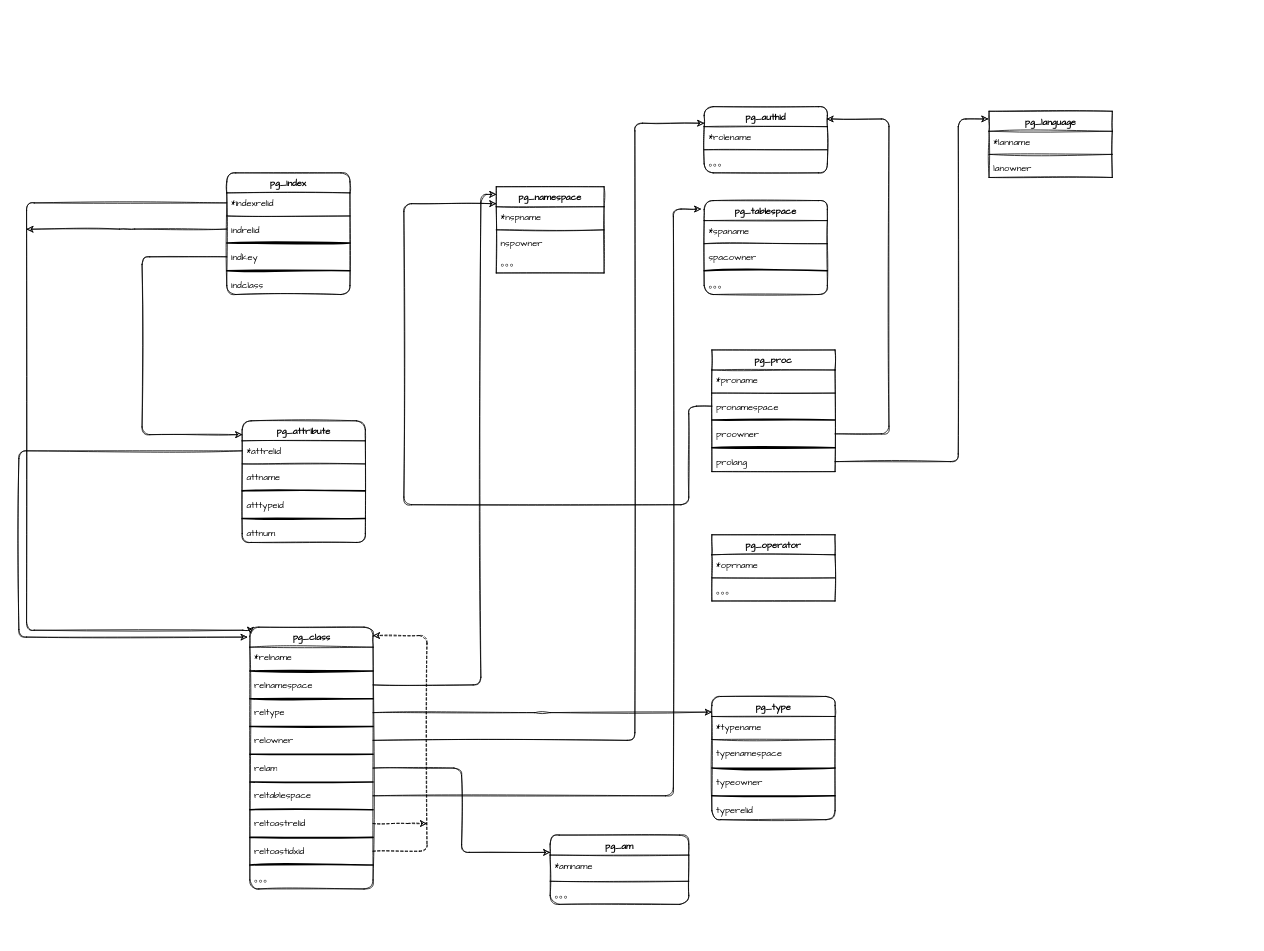
Before: Untitled Diagram.drawio in nullemp/algorithm-visualizer, a draw.io diagram. Source tidied: cells renumbered, new cells numbered last; positions are measured from the earlier drawing's top-left corner, leaving out a move shared by most shapes. Both pictures are drawn from the tidied source at 77%, with x=0, y=0 at pixel (18, 106).
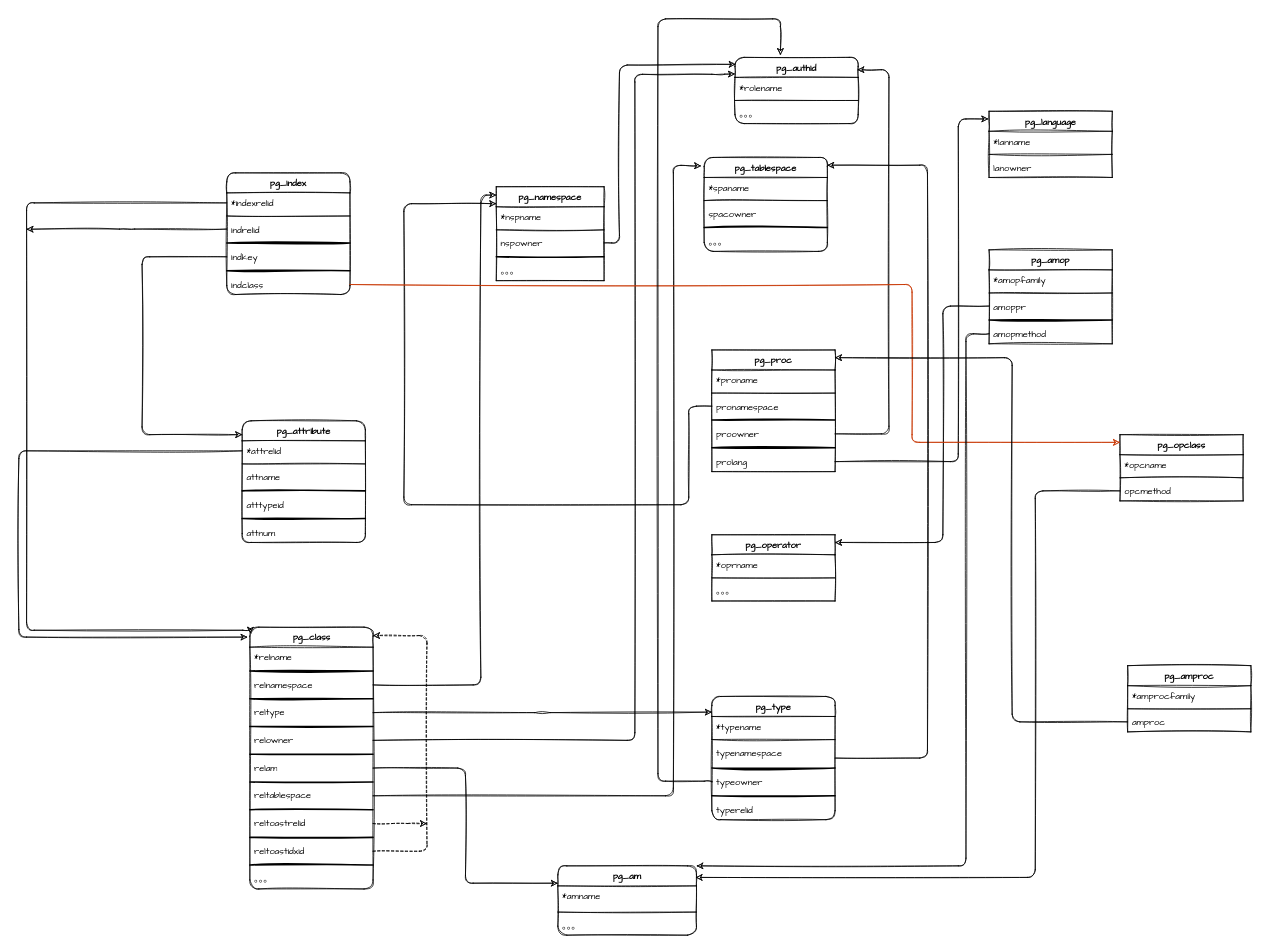
Above is the later version.

Unchanged cells that the change refers to:
```xml
<mxCell id="9" value="relowner" style="text;html=1;strokeColor=none;fillColor=none;align=left;verticalAlign=top;spacingLeft=4;spacingRight=4;whiteSpace=wrap;overflow=hidden;points=[[0,0.5],[1,0.5]];portConstraint=eastwest;sketch=1;rounded=1;fontFamily=Comic Sans MS;" parent="2" vertex="1">
  <mxGeometry y="134" width="160" height="26" as="geometry" />
</mxCell>
<mxCell id="13" value="reltablespace" style="text;html=1;strokeColor=none;fillColor=none;align=left;verticalAlign=top;spacingLeft=4;spacingRight=4;whiteSpace=wrap;overflow=hidden;points=[[0,0.5],[1,0.5]];portConstraint=eastwest;sketch=1;rounded=1;fontFamily=Comic Sans MS;" parent="2" vertex="1">
  <mxGeometry y="206" width="160" height="26" as="geometry" />
</mxCell>
<mxCell id="25" value="nspowner&#10;" style="text;strokeColor=none;fillColor=none;align=left;verticalAlign=top;spacingLeft=4;spacingRight=4;overflow=hidden;points=[[0,0.5],[1,0.5]];portConstraint=eastwest;rounded=1;sketch=1;fontFamily=Comic Sans MS;" parent="22" vertex="1">
  <mxGeometry y="60" width="140" height="26" as="geometry" />
</mxCell>
<mxCell id="30" value="typenamespace" style="text;strokeColor=none;fillColor=none;align=left;verticalAlign=top;spacingLeft=4;spacingRight=4;overflow=hidden;points=[[0,0.5],[1,0.5]];portConstraint=eastwest;rounded=1;sketch=1;fontFamily=Comic Sans MS;" parent="27" vertex="1">
  <mxGeometry y="60" width="160" height="28" as="geometry" />
</mxCell>
<mxCell id="32" value="typeowner" style="text;strokeColor=none;fillColor=none;align=left;verticalAlign=top;spacingLeft=4;spacingRight=4;overflow=hidden;points=[[0,0.5],[1,0.5]];portConstraint=eastwest;rounded=1;sketch=1;fontFamily=Comic Sans MS;" parent="27" vertex="1">
  <mxGeometry y="98" width="160" height="26" as="geometry" />
</mxCell>
<mxCell id="69" value="indclass" style="text;strokeColor=none;fillColor=none;align=left;verticalAlign=top;spacingLeft=4;spacingRight=4;overflow=hidden;points=[[0,0.5],[1,0.5]];portConstraint=eastwest;rounded=1;sketch=1;fontFamily=Comic Sans MS;" parent="62" vertex="1">
  <mxGeometry y="132" width="160" height="26" as="geometry" />
</mxCell>
<mxCell id="74" value="pg_proc" style="swimlane;fontStyle=1;align=center;verticalAlign=top;horizontal=1;startSize=26;rounded=0;shadow=0;glass=0;sketch=1;fontFamily=Comic Sans MS;fontSize=12;" parent="1" vertex="1">
  <mxGeometry x="900" y="316" width="160" height="158" as="geometry" />
</mxCell>
<mxCell id="79" value="proowner" style="text;strokeColor=none;fillColor=none;align=left;verticalAlign=top;spacingLeft=4;spacingRight=4;overflow=hidden;points=[[0,0.5],[1,0.5]];portConstraint=eastwest;rounded=0;shadow=0;glass=0;sketch=1;fontFamily=Comic Sans MS;fontSize=12;" parent="74" vertex="1">
  <mxGeometry y="96" width="160" height="26" as="geometry" />
</mxCell>
<mxCell id="83" value="pg_operator" style="swimlane;fontStyle=1;align=center;verticalAlign=top;horizontal=1;startSize=26;rounded=0;shadow=0;glass=0;sketch=1;fontFamily=Comic Sans MS;fontSize=12;" parent="1" vertex="1">
  <mxGeometry x="900" y="556" width="160" height="86" as="geometry" />
</mxCell>
```

Change to the diagram source:
```diff
@@
     <mxCell id="22" value="pg_namespace" style="swimlane;fontStyle=1;align=center;verticalAlign=top;horizontal=1;startSize=26;rounded=0;sketch=1;fontFamily=Comic Sans MS;shadow=0;glass=0;" parent="1" vertex="1">
-      <mxGeometry x="620" y="104" width="140" height="112" as="geometry" />
+      <mxGeometry x="620" y="104" width="140" height="122" as="geometry" />
     </mxCell>
@@
+    <mxCell id="93" style="line;strokeWidth=2;html=1;rounded=0;shadow=0;glass=0;sketch=1;fontFamily=Comic Sans MS;fontSize=12;" parent="22" vertex="1">
+      <mxGeometry y="86" width="140" height="10" as="geometry" />
+    </mxCell>
     <mxCell id="26" value="。。。" style="text;strokeColor=none;fillColor=none;align=left;verticalAlign=top;spacingLeft=4;spacingRight=4;overflow=hidden;rounded=1;sketch=1;fontFamily=Comic Sans MS;" parent="22" vertex="1">
-      <mxGeometry y="86" width="140" height="26" as="geometry" />
+      <mxGeometry y="96" width="140" height="26" as="geometry" />
     </mxCell>
@@
     <mxCell id="35" value="pg_authid" style="swimlane;fontStyle=1;align=center;verticalAlign=top;horizontal=1;startSize=26;rounded=1;sketch=1;fontFamily=Comic Sans MS;" parent="1" vertex="1">
-      <mxGeometry x="890" width="160" height="86" as="geometry" />
+      <mxGeometry x="930" y="-64" width="160" height="86" as="geometry" />
     </mxCell>
@@
     <mxCell id="39" style="edgeStyle=segmentEdgeStyle;endArrow=classic;html=1;rounded=1;sketch=1;exitX=1;exitY=0.5;exitDx=0;exitDy=0;entryX=0;entryY=0.25;entryDx=0;entryDy=0;" parent="1" edge="1" source="9" target="35">
       <mxGeometry relative="1" as="geometry">
         <Array as="points">
           <mxPoint x="800" y="823" />
-          <mxPoint x="800" y="22" />
+          <mxPoint x="800" y="-42" />
+          <mxPoint x="910" y="-42" />
         </Array>
       </mxGeometry>
     </mxCell>
     <mxCell id="40" value="pg_am" style="swimlane;fontStyle=1;align=center;verticalAlign=top;horizontal=1;startSize=26;rounded=1;sketch=1;fontFamily=Comic Sans MS;" parent="1" vertex="1">
-      <mxGeometry x="690" y="946" width="180" height="90" as="geometry" />
+      <mxGeometry x="700" y="986" width="180" height="90" as="geometry" />
     </mxCell>
@@
     <mxCell id="46" value="pg_tablespace" style="swimlane;fontStyle=1;align=center;verticalAlign=top;horizontal=1;startSize=26;rounded=1;sketch=1;fontFamily=Comic Sans MS;" parent="1" vertex="1">
-      <mxGeometry x="890" y="122" width="160" height="122" as="geometry" />
+      <mxGeometry x="890" y="66" width="160" height="122" as="geometry" />
     </mxCell>
@@
     <mxCell id="52" style="edgeStyle=segmentEdgeStyle;endArrow=classic;html=1;rounded=1;sketch=1;fontFamily=Comic Sans MS;exitX=1;exitY=0.5;exitDx=0;exitDy=0;entryX=-0.025;entryY=0.09;entryDx=0;entryDy=0;entryPerimeter=0;" parent="1" edge="1" source="13" target="46">
       <mxGeometry relative="1" as="geometry">
         <Array as="points">
           <mxPoint x="850" y="895" />
-          <mxPoint x="850" y="133" />
+          <mxPoint x="850" y="76" />
         </Array>
       </mxGeometry>
     </mxCell>
@@
+    <mxCell id="87" value="pg_language" style="swimlane;fontStyle=1;align=center;verticalAlign=top;horizontal=1;startSize=26;rounded=0;shadow=0;glass=0;sketch=1;fontFamily=Comic Sans MS;fontSize=12;" parent="1" vertex="1">
+      <mxGeometry x="1260" y="6" width="160" height="86" as="geometry" />
+    </mxCell>
+    <mxCell id="88" value="*lanname" style="text;strokeColor=none;fillColor=none;align=left;verticalAlign=top;spacingLeft=4;spacingRight=4;overflow=hidden;rounded=0;shadow=0;glass=0;sketch=1;fontFamily=Comic Sans MS;fontSize=12;" parent="87" vertex="1">
+      <mxGeometry y="26" width="160" height="26" as="geometry" />
+    </mxCell>
+    <mxCell id="89" style="line;strokeWidth=1;fillColor=none;align=left;verticalAlign=middle;spacingTop=-1;spacingLeft=3;spacingRight=3;labelPosition=right;rounded=0;shadow=0;glass=0;sketch=1;fontFamily=Comic Sans MS;fontSize=12;" parent="87" vertex="1">
+      <mxGeometry y="52" width="160" height="8" as="geometry" />
+    </mxCell>
+    <mxCell id="90" value="lanowner" style="text;strokeColor=none;fillColor=none;align=left;verticalAlign=top;spacingLeft=4;spacingRight=4;overflow=hidden;rounded=0;shadow=0;glass=0;sketch=1;fontFamily=Comic Sans MS;fontSize=12;" parent="87" vertex="1">
+      <mxGeometry y="60" width="160" height="26" as="geometry" />
+    </mxCell>
@@
-    <mxCell id="87" value="pg_language" style="swimlane;fontStyle=1;align=center;verticalAlign=top;horizontal=1;startSize=26;rounded=0;shadow=0;glass=0;sketch=1;fontFamily=Comic Sans MS;fontSize=12;" parent="1" vertex="1">
-      <mxGeometry x="1260" y="6" width="160" height="86" as="geometry" />
-    </mxCell>
-    <mxCell id="88" value="*lanname" style="text;strokeColor=none;fillColor=none;align=left;verticalAlign=top;spacingLeft=4;spacingRight=4;overflow=hidden;rounded=0;shadow=0;glass=0;sketch=1;fontFamily=Comic Sans MS;fontSize=12;" parent="87" vertex="1">
-      <mxGeometry y="26" width="160" height="26" as="geometry" />
-    </mxCell>
-    <mxCell id="89" style="line;strokeWidth=1;fillColor=none;align=left;verticalAlign=middle;spacingTop=-1;spacingLeft=3;spacingRight=3;labelPosition=right;rounded=0;shadow=0;glass=0;sketch=1;fontFamily=Comic Sans MS;fontSize=12;" parent="87" vertex="1">
-      <mxGeometry y="52" width="160" height="8" as="geometry" />
-    </mxCell>
-    <mxCell id="90" value="lanowner" style="text;strokeColor=none;fillColor=none;align=left;verticalAlign=top;spacingLeft=4;spacingRight=4;overflow=hidden;rounded=0;shadow=0;glass=0;sketch=1;fontFamily=Comic Sans MS;fontSize=12;" parent="87" vertex="1">
-      <mxGeometry y="60" width="160" height="26" as="geometry" />
-    </mxCell>
@@
     <mxCell id="92" style="edgeStyle=segmentEdgeStyle;endArrow=classic;html=1;rounded=1;sketch=1;fontFamily=Comic Sans MS;fontSize=12;exitX=1;exitY=0.5;exitDx=0;exitDy=0;entryX=0.994;entryY=0.186;entryDx=0;entryDy=0;entryPerimeter=0;" parent="1" edge="1" source="79" target="35">
       <mxGeometry relative="1" as="geometry">
         <Array as="points">
           <mxPoint x="1130" y="425" />
-          <mxPoint x="1130" y="16" />
+          <mxPoint x="1130" y="-48" />
         </Array>
       </mxGeometry>
     </mxCell>
+    <mxCell id="94" value="pg_amop" style="swimlane;fontStyle=1;align=center;verticalAlign=top;horizontal=1;startSize=26;rounded=0;shadow=0;glass=0;sketch=1;fontFamily=Comic Sans MS;fontSize=12;" parent="1" vertex="1">
+      <mxGeometry x="1260" y="186" width="160" height="122" as="geometry" />
+    </mxCell>
+    <mxCell id="95" value="*amopfamily" style="text;strokeColor=none;fillColor=none;align=left;verticalAlign=top;spacingLeft=4;spacingRight=4;overflow=hidden;rounded=0;shadow=0;glass=0;sketch=1;fontFamily=Comic Sans MS;fontSize=12;" parent="94" vertex="1">
+      <mxGeometry y="26" width="160" height="26" as="geometry" />
+    </mxCell>
+    <mxCell id="96" style="line;strokeWidth=1;fillColor=none;align=left;verticalAlign=middle;spacingTop=-1;spacingLeft=3;spacingRight=3;labelPosition=right;rounded=0;shadow=0;glass=0;sketch=1;fontFamily=Comic Sans MS;fontSize=12;" parent="94" vertex="1">
+      <mxGeometry y="52" width="160" height="8" as="geometry" />
+    </mxCell>
+    <mxCell id="97" value="amoppr" style="text;strokeColor=none;fillColor=none;align=left;verticalAlign=top;spacingLeft=4;spacingRight=4;overflow=hidden;points=[[0,0.5],[1,0.5]];portConstraint=eastwest;rounded=0;shadow=0;glass=0;sketch=1;fontFamily=Comic Sans MS;fontSize=12;" parent="94" vertex="1">
+      <mxGeometry y="60" width="160" height="26" as="geometry" />
+    </mxCell>
+    <mxCell id="98" style="line;strokeWidth=2;html=1;rounded=0;shadow=0;glass=0;sketch=1;fontFamily=Comic Sans MS;fontSize=12;" parent="94" vertex="1">
+      <mxGeometry y="86" width="160" height="10" as="geometry" />
+    </mxCell>
+    <mxCell id="99" value="amopmethod" style="text;strokeColor=none;fillColor=none;align=left;verticalAlign=top;spacingLeft=4;spacingRight=4;overflow=hidden;points=[[0,0.5],[1,0.5]];portConstraint=eastwest;rounded=0;shadow=0;glass=0;sketch=1;fontFamily=Comic Sans MS;fontSize=12;" parent="94" vertex="1">
+      <mxGeometry y="96" width="160" height="26" as="geometry" />
+    </mxCell>
+    <mxCell id="100" value="pg_opclass" style="swimlane;fontStyle=1;align=center;verticalAlign=top;horizontal=1;startSize=26;rounded=0;shadow=0;glass=0;sketch=1;fontFamily=Comic Sans MS;fontSize=12;" parent="1" vertex="1">
+      <mxGeometry x="1430" y="426" width="160" height="86" as="geometry" />
+    </mxCell>
+    <mxCell id="101" value="*opcname" style="text;strokeColor=none;fillColor=none;align=left;verticalAlign=top;spacingLeft=4;spacingRight=4;overflow=hidden;rounded=0;shadow=0;glass=0;sketch=1;fontFamily=Comic Sans MS;fontSize=12;" parent="100" vertex="1">
+      <mxGeometry y="26" width="160" height="26" as="geometry" />
+    </mxCell>
+    <mxCell id="102" style="line;strokeWidth=1;fillColor=none;align=left;verticalAlign=middle;spacingTop=-1;spacingLeft=3;spacingRight=3;labelPosition=right;rounded=0;shadow=0;glass=0;sketch=1;fontFamily=Comic Sans MS;fontSize=12;" parent="100" vertex="1">
+      <mxGeometry y="52" width="160" height="8" as="geometry" />
+    </mxCell>
+    <mxCell id="103" value="opcmethod" style="text;strokeColor=none;fillColor=none;align=left;verticalAlign=top;spacingLeft=4;spacingRight=4;overflow=hidden;points=[[0,0.5],[1,0.5]];portConstraint=eastwest;rounded=0;shadow=0;glass=0;sketch=1;fontFamily=Comic Sans MS;fontSize=12;" parent="100" vertex="1">
+      <mxGeometry y="60" width="160" height="26" as="geometry" />
+    </mxCell>
+    <mxCell id="104" value="pg_amproc" style="swimlane;fontStyle=1;align=center;verticalAlign=top;horizontal=1;startSize=26;rounded=0;shadow=0;glass=0;sketch=1;fontFamily=Comic Sans MS;fontSize=12;" parent="1" vertex="1">
+      <mxGeometry x="1440" y="726" width="160" height="86" as="geometry" />
+    </mxCell>
+    <mxCell id="105" value="*amprocfamily" style="text;strokeColor=none;fillColor=none;align=left;verticalAlign=top;spacingLeft=4;spacingRight=4;overflow=hidden;rounded=0;shadow=0;glass=0;sketch=1;fontFamily=Comic Sans MS;fontSize=12;" parent="104" vertex="1">
+      <mxGeometry y="26" width="160" height="26" as="geometry" />
+    </mxCell>
+    <mxCell id="106" style="line;strokeWidth=1;fillColor=none;align=left;verticalAlign=middle;spacingTop=-1;spacingLeft=3;spacingRight=3;labelPosition=right;rounded=0;shadow=0;glass=0;sketch=1;fontFamily=Comic Sans MS;fontSize=12;" parent="104" vertex="1">
+      <mxGeometry y="52" width="160" height="8" as="geometry" />
+    </mxCell>
+    <mxCell id="107" value="amproc" style="text;strokeColor=none;fillColor=none;align=left;verticalAlign=top;spacingLeft=4;spacingRight=4;overflow=hidden;points=[[0,0.5],[1,0.5]];portConstraint=eastwest;rounded=0;shadow=0;glass=0;sketch=1;fontFamily=Comic Sans MS;fontSize=12;" parent="104" vertex="1">
+      <mxGeometry y="60" width="160" height="26" as="geometry" />
+    </mxCell>
+    <mxCell id="108" style="edgeStyle=segmentEdgeStyle;endArrow=classic;html=1;rounded=1;sketch=1;fontFamily=Comic Sans MS;fontSize=12;exitX=0;exitY=0.5;exitDx=0;exitDy=0;entryX=1;entryY=0.116;entryDx=0;entryDy=0;entryPerimeter=0;" parent="1" edge="1" source="97" target="83">
+      <mxGeometry relative="1" as="geometry">
+        <Array as="points">
+          <mxPoint x="1200" y="259" />
+          <mxPoint x="1200" y="566" />
+        </Array>
+      </mxGeometry>
+    </mxCell>
+    <mxCell id="109" style="edgeStyle=segmentEdgeStyle;endArrow=classic;html=1;rounded=1;sketch=1;fontFamily=Comic Sans MS;fontSize=12;exitX=1;exitY=0.5;exitDx=0;exitDy=0;entryX=0;entryY=0.116;entryDx=0;entryDy=0;entryPerimeter=0;fillColor=#fa6800;strokeColor=#C73500;" parent="1" edge="1" source="69" target="100">
+      <mxGeometry relative="1" as="geometry">
+        <Array as="points">
+          <mxPoint x="1160" y="231" />
+          <mxPoint x="1160" y="436" />
+        </Array>
+      </mxGeometry>
+    </mxCell>
+    <mxCell id="110" style="edgeStyle=segmentEdgeStyle;endArrow=classic;html=1;rounded=1;sketch=1;fontFamily=Comic Sans MS;fontSize=12;exitX=0;exitY=0.5;exitDx=0;exitDy=0;" parent="1" edge="1" source="99" target="40">
+      <mxGeometry relative="1" as="geometry">
+        <Array as="points">
+          <mxPoint x="1230" y="295" />
+          <mxPoint x="1230" y="986" />
+        </Array>
+      </mxGeometry>
+    </mxCell>
+    <mxCell id="111" style="edgeStyle=segmentEdgeStyle;endArrow=classic;html=1;rounded=1;sketch=1;fontFamily=Comic Sans MS;fontSize=12;exitX=0;exitY=0.5;exitDx=0;exitDy=0;entryX=0.994;entryY=0.167;entryDx=0;entryDy=0;entryPerimeter=0;" parent="1" edge="1" source="103" target="40">
+      <mxGeometry relative="1" as="geometry">
+        <Array as="points">
+          <mxPoint x="1320" y="1001" />
+        </Array>
+      </mxGeometry>
+    </mxCell>
+    <mxCell id="112" style="edgeStyle=segmentEdgeStyle;endArrow=classic;html=1;rounded=1;sketch=1;fontFamily=Comic Sans MS;fontSize=12;exitX=0;exitY=0.5;exitDx=0;exitDy=0;" parent="1" edge="1" source="107" target="74">
+      <mxGeometry relative="1" as="geometry">
+        <Array as="points">
+          <mxPoint x="1290" y="799" />
+          <mxPoint x="1290" y="326" />
+        </Array>
+      </mxGeometry>
+    </mxCell>
+    <mxCell id="113" style="edgeStyle=segmentEdgeStyle;endArrow=classic;html=1;rounded=1;sketch=1;fontFamily=Comic Sans MS;fontSize=12;exitX=1;exitY=0.5;exitDx=0;exitDy=0;entryX=0.006;entryY=0.105;entryDx=0;entryDy=0;entryPerimeter=0;" parent="1" edge="1" source="25" target="35">
+      <mxGeometry relative="1" as="geometry">
+        <Array as="points">
+          <mxPoint x="780" y="177" />
+          <mxPoint x="780" y="-54" />
+        </Array>
+      </mxGeometry>
+    </mxCell>
+    <mxCell id="114" style="edgeStyle=segmentEdgeStyle;endArrow=classic;html=1;rounded=1;sketch=1;fontFamily=Comic Sans MS;fontSize=12;exitX=0;exitY=0.5;exitDx=0;exitDy=0;entryX=0.369;entryY=-0.035;entryDx=0;entryDy=0;entryPerimeter=0;" parent="1" edge="1" source="32" target="35">
+      <mxGeometry relative="1" as="geometry">
+        <Array as="points">
+          <mxPoint x="900" y="876" />
+          <mxPoint x="830" y="876" />
+          <mxPoint x="830" y="-114" />
+          <mxPoint x="989" y="-114" />
+        </Array>
+      </mxGeometry>
+    </mxCell>
+    <mxCell id="115" style="edgeStyle=segmentEdgeStyle;endArrow=classic;html=1;rounded=1;sketch=1;fontFamily=Comic Sans MS;fontSize=12;entryX=1;entryY=0.082;entryDx=0;entryDy=0;entryPerimeter=0;" parent="1" edge="1" source="30" target="46">
+      <mxGeometry relative="1" as="geometry">
+        <Array as="points">
+          <mxPoint x="1180" y="846" />
+          <mxPoint x="1180" y="76" />
+        </Array>
+      </mxGeometry>
+    </mxCell>
```
